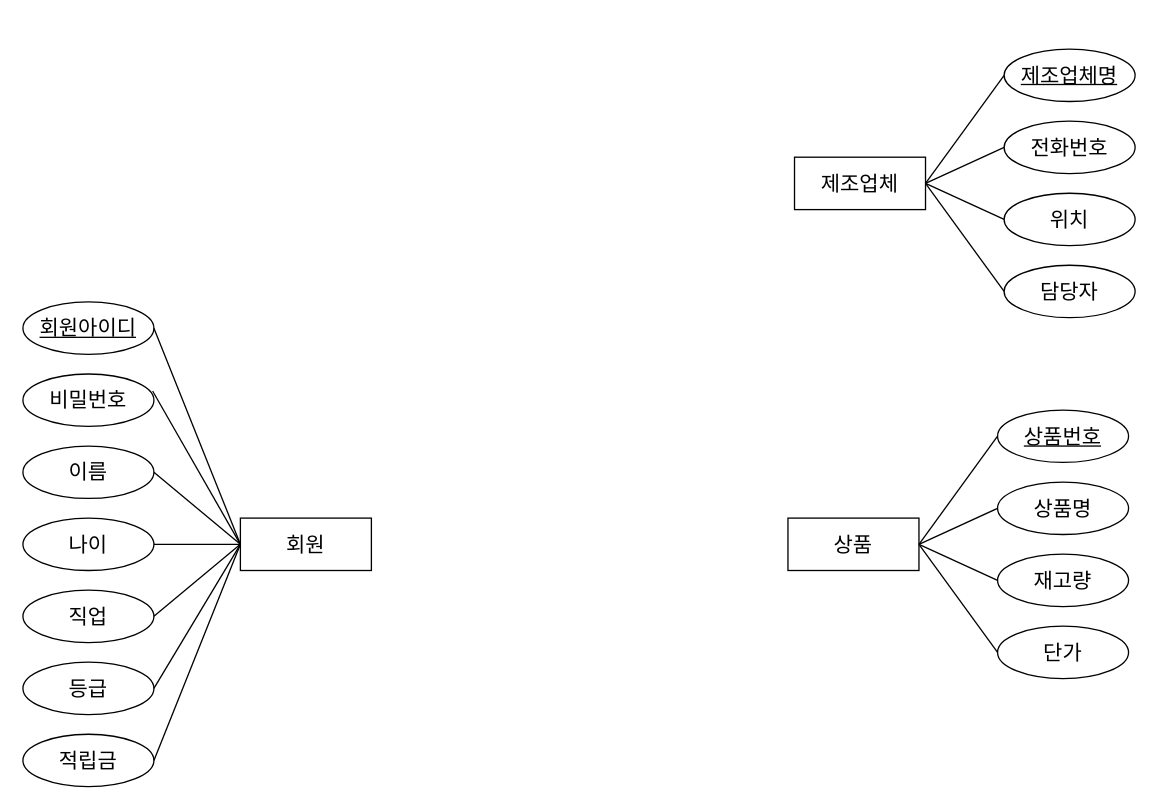
Above: 한빛마트.drawio in Unbbox/oraclesource (draw.io), before the change. Source tidied: cells renumbered, new cells numbered last; positions are measured from the earlier drawing's top-left corner, leaving out a move shared by most shapes. Both pictures are drawn from the tidied source at 131%, with x=0, y=0 at pixel (22, 48).
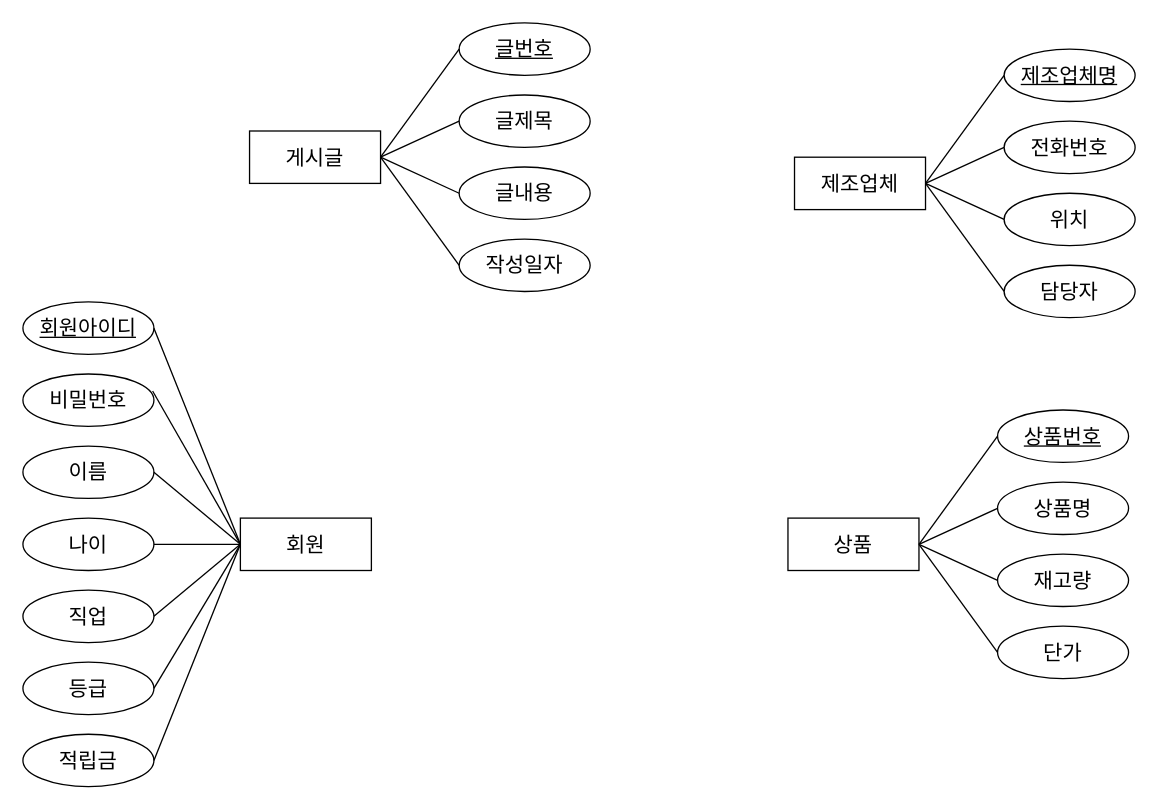
The same page after the edit.

Commit message (it also covers changes not shown here):
한빛마트.drawio 업데이트

Diff of the diagram source:
```diff
@@
+    <mxCell id="35" value="게시글" style="whiteSpace=wrap;html=1;align=center;fontSize=16;" parent="1" vertex="1">
+      <mxGeometry x="173" y="62.5" width="100" height="40" as="geometry" />
+    </mxCell>
+    <mxCell id="36" value="글번호" style="ellipse;whiteSpace=wrap;html=1;align=center;fontStyle=4;fontSize=16;" parent="1" vertex="1">
+      <mxGeometry x="333" y="-20" width="100" height="40" as="geometry" />
+    </mxCell>
+    <mxCell id="37" value="글제목" style="ellipse;whiteSpace=wrap;html=1;align=center;fontSize=16;" parent="1" vertex="1">
+      <mxGeometry x="333" y="35" width="100" height="40" as="geometry" />
+    </mxCell>
+    <mxCell id="38" value="글내용" style="ellipse;whiteSpace=wrap;html=1;align=center;fontSize=16;" parent="1" vertex="1">
+      <mxGeometry x="333" y="90" width="100" height="40" as="geometry" />
+    </mxCell>
+    <mxCell id="39" value="작성일자" style="ellipse;whiteSpace=wrap;html=1;align=center;fontSize=16;" parent="1" vertex="1">
+      <mxGeometry x="333" y="145" width="100" height="40" as="geometry" />
+    </mxCell>
+    <mxCell id="40" style="endArrow=none;html=1;rounded=0;fontSize=12;startSize=8;endSize=8;curved=1;exitX=1;exitY=0.5;exitDx=0;exitDy=0;entryX=0;entryY=0.5;entryDx=0;entryDy=0;" parent="1" edge="1" source="35" target="36">
+      <mxGeometry relative="1" as="geometry" />
+    </mxCell>
+    <mxCell id="41" style="endArrow=none;html=1;rounded=0;fontSize=12;startSize=8;endSize=8;curved=1;exitX=1;exitY=0.5;exitDx=0;exitDy=0;entryX=0;entryY=0.5;entryDx=0;entryDy=0;" parent="1" edge="1" source="35" target="37">
+      <mxGeometry relative="1" as="geometry" />
+    </mxCell>
+    <mxCell id="42" style="endArrow=none;html=1;rounded=0;fontSize=12;startSize=8;endSize=8;curved=1;exitX=1;exitY=0.5;exitDx=0;exitDy=0;entryX=0;entryY=0.5;entryDx=0;entryDy=0;" parent="1" edge="1" source="35" target="38">
+      <mxGeometry relative="1" as="geometry" />
+    </mxCell>
+    <mxCell id="43" style="endArrow=none;html=1;rounded=0;fontSize=12;startSize=8;endSize=8;curved=1;exitX=1;exitY=0.5;exitDx=0;exitDy=0;entryX=0;entryY=0.5;entryDx=0;entryDy=0;" parent="1" edge="1" source="35" target="39">
+      <mxGeometry relative="1" as="geometry" />
+    </mxCell>
```
